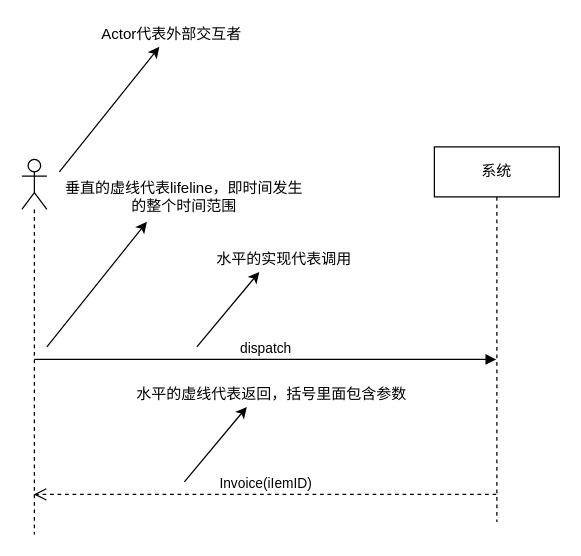
xhd2015/bog keeps this draw.io diagram as uml_ssd.drawio. Above is the earlier version. Source tidied: cells renumbered, new cells numbered last; positions are measured from the earlier drawing's top-left corner, leaving out a move shared by most shapes. Both pictures are drawn from the tidied source at 125%, with x=0, y=0 at pixel (21, 21).
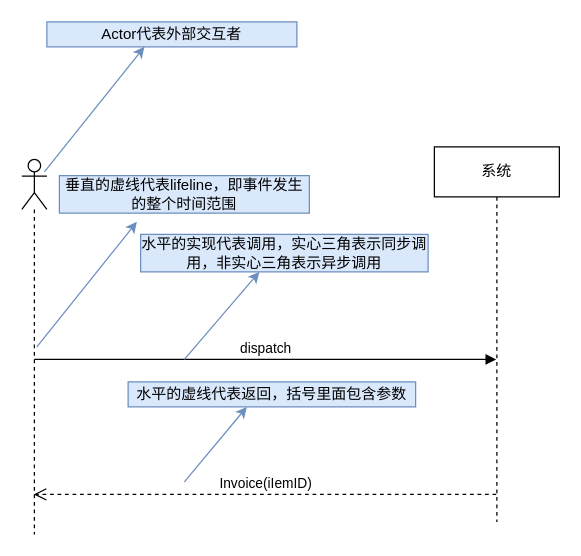
Above is the later version.

Change to the diagram source:
```diff
@@
-    <mxCell id="2" value="Actor代表外部交互者" style="text;html=1;strokeColor=none;fillColor=none;align=center;verticalAlign=middle;whiteSpace=wrap;rounded=0;" parent="1" vertex="1">
+    <mxCell id="2" value="Actor代表外部交互者" style="text;html=1;strokeColor=#6c8ebf;fillColor=#dae8fc;align=center;verticalAlign=middle;whiteSpace=wrap;rounded=0;" parent="1" vertex="1">
       <mxGeometry x="20" width="200" height="20" as="geometry" />
     </mxCell>
@@
-    <mxCell id="5" style="endArrow=classic;html=1;" parent="1" edge="1">
+    <mxCell id="5" style="endArrow=classic;html=1;fillColor=#dae8fc;strokeColor=#6c8ebf;" parent="1" edge="1">
       <mxGeometry relative="1" as="geometry">
-        <mxPoint x="30" y="120" as="sourcePoint" />
-        <mxPoint x="110" y="20" as="targetPoint" />
+        <mxPoint x="18" y="120" as="sourcePoint" />
+        <mxPoint x="98" y="20" as="targetPoint" />
       </mxGeometry>
     </mxCell>
-    <mxCell id="6" style="endArrow=classic;html=1;" parent="1" edge="1">
+    <mxCell id="6" style="endArrow=classic;html=1;fillColor=#dae8fc;strokeColor=#6c8ebf;" parent="1" edge="1">
       <mxGeometry relative="1" as="geometry">
-        <mxPoint x="20" y="260" as="sourcePoint" />
-        <mxPoint x="100" y="160" as="targetPoint" />
+        <mxPoint x="12" y="260" as="sourcePoint" />
+        <mxPoint x="92" y="160" as="targetPoint" />
       </mxGeometry>
     </mxCell>
-    <mxCell id="7" value="垂直的虚线代表lifeline，即时间发生的整个时间范围" style="text;html=1;strokeColor=none;fillColor=none;align=center;verticalAlign=middle;whiteSpace=wrap;rounded=0;" parent="1" vertex="1">
-      <mxGeometry x="30" y="130" width="200" height="20" as="geometry" />
+    <mxCell id="7" value="垂直的虚线代表lifeline，即事件发生的整个时间范围" style="text;html=1;strokeColor=#6c8ebf;fillColor=#dae8fc;align=center;verticalAlign=middle;whiteSpace=wrap;rounded=0;" parent="1" vertex="1">
+      <mxGeometry x="30" y="123" width="200" height="30" as="geometry" />
     </mxCell>
@@
-    <mxCell id="10" style="endArrow=classic;html=1;" parent="1" edge="1">
+    <mxCell id="10" style="endArrow=classic;html=1;fillColor=#dae8fc;strokeColor=#6c8ebf;" parent="1" edge="1">
       <mxGeometry relative="1" as="geometry">
         <mxPoint x="130" y="368" as="sourcePoint" />
         <mxPoint x="180" y="308" as="targetPoint" />
       </mxGeometry>
     </mxCell>
-    <mxCell id="11" value="水平的虚线代表返回，括号里面包含参数" style="text;html=1;strokeColor=none;fillColor=none;align=center;verticalAlign=middle;whiteSpace=wrap;rounded=0;" parent="1" vertex="1">
+    <mxCell id="11" value="水平的虚线代表返回，括号里面包含参数" style="text;html=1;strokeColor=#6c8ebf;fillColor=#dae8fc;align=center;verticalAlign=middle;whiteSpace=wrap;rounded=0;" parent="1" vertex="1">
       <mxGeometry x="85" y="288" width="230" height="20" as="geometry" />
     </mxCell>
-    <mxCell id="12" style="endArrow=classic;html=1;" parent="1" edge="1">
+    <mxCell id="12" style="endArrow=classic;html=1;fillColor=#dae8fc;strokeColor=#6c8ebf;" parent="1" edge="1">
       <mxGeometry relative="1" as="geometry">
-        <mxPoint x="140" y="260" as="sourcePoint" />
+        <mxPoint x="130" y="270" as="sourcePoint" />
         <mxPoint x="190" y="200" as="targetPoint" />
       </mxGeometry>
     </mxCell>
-    <mxCell id="13" value="水平的实现代表调用" style="text;html=1;strokeColor=none;fillColor=none;align=center;verticalAlign=middle;whiteSpace=wrap;rounded=0;" parent="1" vertex="1">
-      <mxGeometry x="95" y="180" width="230" height="20" as="geometry" />
+    <mxCell id="13" value="水平的实现代表调用，实心三角表示同步调用，非实心三角表示异步调用" style="text;html=1;strokeColor=#6c8ebf;fillColor=#dae8fc;align=center;verticalAlign=middle;whiteSpace=wrap;rounded=0;" parent="1" vertex="1">
+      <mxGeometry x="95" y="170" width="230" height="30" as="geometry" />
     </mxCell>
```
